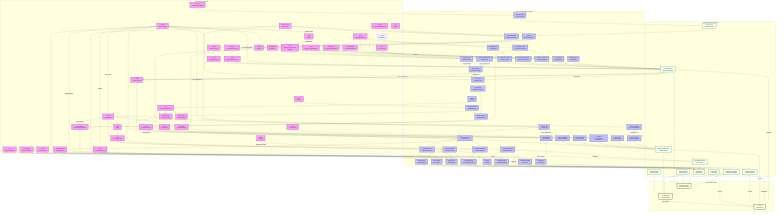
This is docs/figures/scoliosis_mechanism_map.png from sayuj1989-ops/life, a Mermaid export, as it was before one commit. Its source is kept beside it as docs/figures/scoliosis_mechanism_map.mmd.
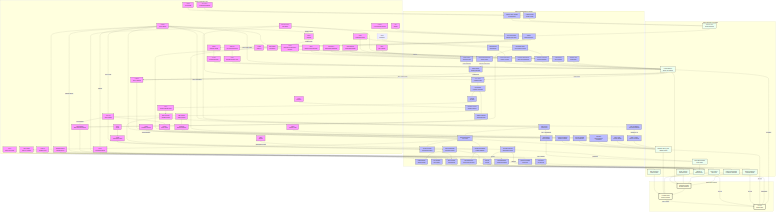
The same diagram one commit later.

Commit message:
weekly-map: add SCO-spondin plumb line assembly

The edit, as a diff of the source:
```diff
@@ -38,6 +38,7 @@
         KCNQ[KCNQ<br/>Potassium Channel]
         GPX4[GPX4<br/>Antioxidant Defense]
         CAV1[CAV1<br/>Caveolin-1]
+        SSPO[SSPO<br/>SCO-spondin]
     end
 
     subgraph Processes [Cellular & Developmental Processes]
@@ -80,6 +81,7 @@
         VEGF_A[VEGF-A/PGE2<br/>Secretory Response]
         Ferroptosis[Ferroptosis<br/>Iron Overload]
         Membrane_Tension[Membrane Tension<br/>Buffering Reserve]
+        Reissner_Fiber_Assembly[Reissner Fiber Assembly<br/>Polymerization]
     end
 
     subgraph Tissue [Tissue Mechanics & Properties]
@@ -179,6 +181,9 @@
 
     Vestibular_Input --> Muscle_Tone
 
+
+    SSPO --> Reissner_Fiber_Assembly
+    Reissner_Fiber_Assembly --> Reissner_Fiber
     Stability --> S_Curve
     S_Curve -- "Loss of Control" --> Scoliosis
     Stiffness -- "Too Low" --> Scoliosis
@@ -279,7 +284,7 @@
     CAV1 --> Membrane_Tension
     Membrane_Tension --> YAP
 
-    class HOX,COL,PIEZO1,PIEZO2,CILIA,LBX1,ADGRG6,PTK7,YAP,PKD2L1,MMP,URP,UTS2R,GFAP,VIM,LAMIN,BMAL1,RUNX3,METTL3,ESR1,MELATONIN,MT2,HIF1A,POC5,DSTYK,TFEB,Beta_Catenin,DPY19L1L,IGF1R,GHR,SOST,FBN1,CCN,PPARGC1A,KCNQ,GPX4,CAV1 gene;
-    class Region,ECM_Assembly,Mech_Trans,Sym_Break,Neur_Diff,Muscle_Diff,Disc_Maint,PCP_Sig,Nucl_Shuttle,CSF_Sensing,Degradation,Astrogliosis,mtROS,Adipogenesis,Hydraulic_Congestion,Immune_Infilt,Circadian_Entrain,Proprio_Maint,H3K9me3,VCL_Stasis,Glymphatic_Stasis,Vestibular_Input,Gi_cAMP,Ciliary_Tuning,Hypoxia,Osteogenesis,Ciliary_Splint,Vacuole_Biogenesis,C_Mannosylation,Rapid_Growth,Energy_Deficit,mtBiogenesis,Fibrosis,TGFB,Osteocyte_Dendrite,Actin_Dynamics,VEGF_A,Ferroptosis,Membrane_Tension process;
+    class HOX,COL,PIEZO1,PIEZO2,CILIA,LBX1,ADGRG6,PTK7,YAP,PKD2L1,MMP,URP,UTS2R,GFAP,VIM,LAMIN,BMAL1,RUNX3,METTL3,ESR1,MELATONIN,MT2,HIF1A,POC5,DSTYK,TFEB,Beta_Catenin,DPY19L1L,IGF1R,GHR,SOST,FBN1,CCN,PPARGC1A,KCNQ,GPX4,CAV1,SSPO gene;
+    class Region,ECM_Assembly,Mech_Trans,Sym_Break,Neur_Diff,Muscle_Diff,Disc_Maint,PCP_Sig,Nucl_Shuttle,CSF_Sensing,Degradation,Astrogliosis,mtROS,Adipogenesis,Hydraulic_Congestion,Immune_Infilt,Circadian_Entrain,Proprio_Maint,H3K9me3,VCL_Stasis,Glymphatic_Stasis,Vestibular_Input,Gi_cAMP,Ciliary_Tuning,Hypoxia,Osteogenesis,Ciliary_Splint,Vacuole_Biogenesis,C_Mannosylation,Rapid_Growth,Energy_Deficit,mtBiogenesis,Fibrosis,TGFB,Osteocyte_Dendrite,Actin_Dynamics,VEGF_A,Ferroptosis,Membrane_Tension,Reissner_Fiber_Assembly process;
     class Rest_Kappa,Stiffness,Torsional_Stiffness,Gain,Torsion,Muscle_Tone,Anisotropy,TMD,Reissner_Fiber,Growth_Plate_Dysplasia tissue;
     class S_Curve,Stability,Scoliosis outcome;
```
